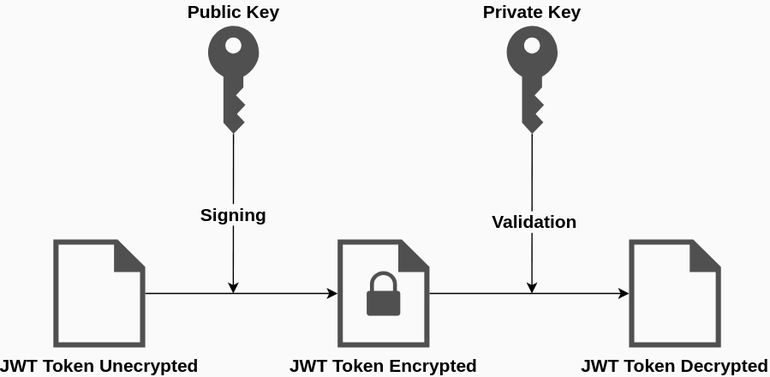
Above: source/_posts/jwt-authentication-with-asymmetric-encryption-in-asp-dotnet-core/asymmetric-key.svg in StefanescuEduard/stefanescueduard.github.io (draw.io), before the change. Source tidied: cells renumbered, new cells last; positions are measured from the earlier drawing's top-left corner, leaving out a move shared by most shapes. Its diagram source:
```xml
<mxGraphModel background="#FAFAFA">
  <root>
    <mxCell id="0" />
    <mxCell id="1" parent="0" />
    <mxCell id="2" value="&lt;font style=&quot;font-size: 15px&quot;&gt;&lt;b&gt;Signing&lt;/b&gt;&lt;/font&gt;" style="rounded=0;jettySize=auto;html=1;labelBackgroundColor=#fafafa;" parent="1" edge="1" source="5">
      <mxGeometry relative="1" as="geometry">
        <mxPoint x="150" y="223" as="targetPoint" />
      </mxGeometry>
    </mxCell>
    <mxCell id="3" style="edgeStyle=none;rounded=0;jettySize=auto;html=1;" parent="1" edge="1" source="12">
      <mxGeometry relative="1" as="geometry">
        <mxPoint x="399" y="223" as="targetPoint" />
      </mxGeometry>
    </mxCell>
    <mxCell id="4" value="&lt;font style=&quot;font-size: 15px&quot;&gt;&lt;b&gt;Validation&lt;/b&gt;&lt;/font&gt;" style="text;html=1;align=center;verticalAlign=middle;labelBackgroundColor=#fafafa;" parent="3" vertex="1">
      <mxGeometry x="0.21" y="1" relative="1" as="geometry">
        <mxPoint y="-8.8" as="offset" />
      </mxGeometry>
    </mxCell>
    <mxCell id="5" value="&lt;span style=&quot;font-size: 15px&quot;&gt;&lt;b&gt;Public Key&lt;br&gt;&lt;/b&gt;&lt;/span&gt;" style="shadow=0;dashed=0;html=1;strokeColor=none;fillColor=#505050;labelPosition=center;verticalLabelPosition=top;verticalAlign=bottom;outlineConnect=0;align=center;shape=mxgraph.office.security.key_permissions;horizontal=1;" parent="1" vertex="1">
      <mxGeometry x="129" width="42.5" height="90" as="geometry" />
    </mxCell>
    <mxCell id="6" style="edgeStyle=none;rounded=0;jettySize=auto;html=1;" parent="1" edge="1" source="7" target="9">
      <mxGeometry relative="1" as="geometry" />
    </mxCell>
    <mxCell id="7" value="&lt;span style=&quot;font-size: 15px&quot;&gt;&lt;b&gt;JWT Token Unecrypted&lt;/b&gt;&lt;/span&gt;" style="shadow=0;dashed=0;html=1;strokeColor=none;fillColor=#505050;labelPosition=center;verticalLabelPosition=bottom;verticalAlign=top;outlineConnect=0;align=center;shape=mxgraph.office.concepts.document_blank;" parent="1" vertex="1">
      <mxGeometry y="178" width="76.6" height="90" as="geometry" />
    </mxCell>
    <mxCell id="8" style="edgeStyle=none;rounded=0;jettySize=auto;html=1;" parent="1" edge="1" source="9" target="10">
      <mxGeometry relative="1" as="geometry" />
    </mxCell>
    <mxCell id="9" value="&lt;span style=&quot;font-size: 15px&quot;&gt;&lt;b&gt;JWT Token Encrypted&lt;/b&gt;&lt;/span&gt;" style="shadow=0;dashed=0;html=1;strokeColor=none;fillColor=#505050;labelPosition=center;verticalLabelPosition=bottom;verticalAlign=top;outlineConnect=0;align=center;shape=mxgraph.office.concepts.document_blank;" parent="1" vertex="1">
      <mxGeometry x="237" y="178" width="76.6" height="90" as="geometry" />
    </mxCell>
    <mxCell id="10" value="&lt;b&gt;&lt;font style=&quot;font-size: 15px&quot;&gt;JWT Token Decrypted&lt;/font&gt;&lt;/b&gt;" style="shadow=0;dashed=0;html=1;strokeColor=none;fillColor=#505050;labelPosition=center;verticalLabelPosition=bottom;verticalAlign=top;outlineConnect=0;align=center;shape=mxgraph.office.concepts.document_blank;" parent="1" vertex="1">
      <mxGeometry x="480" y="178" width="76.6" height="90" as="geometry" />
    </mxCell>
    <mxCell id="11" style="shadow=0;dashed=0;html=1;strokeColor=none;fillColor=#505050;labelPosition=center;verticalLabelPosition=bottom;verticalAlign=top;align=center;shape=mxgraph.office.security.lock_protected;" parent="1" vertex="1">
      <mxGeometry x="261.2" y="204.5" width="28" height="37" as="geometry" />
    </mxCell>
    <mxCell id="12" value="&lt;span style=&quot;font-size: 15px&quot;&gt;&lt;b&gt;Private Key&lt;br&gt;&lt;/b&gt;&lt;/span&gt;" style="shadow=0;dashed=0;html=1;strokeColor=none;fillColor=#505050;labelPosition=center;verticalLabelPosition=top;verticalAlign=bottom;outlineConnect=0;align=center;shape=mxgraph.office.security.key_permissions;horizontal=1;" parent="1" vertex="1">
      <mxGeometry x="378" width="42.5" height="90" as="geometry" />
    </mxCell>
  </root>
</mxGraphModel>
```
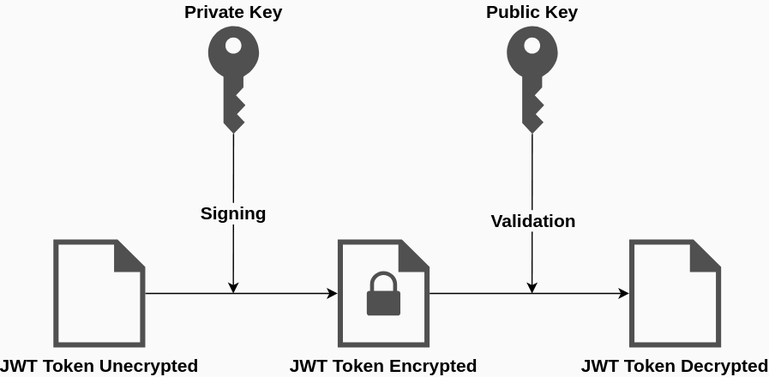
The same diagram one commit later.

Commit message:
Update jwt-authentication-with-asymmetric-encryption-in-asp-dotnet-core

Update asymmetric signing-validation concept

Change to the diagram source:
```diff
@@ -17,7 +17,7 @@
         <mxPoint y="-8.8" as="offset" />
       </mxGeometry>
     </mxCell>
-    <mxCell id="5" value="&lt;span style=&quot;font-size: 15px&quot;&gt;&lt;b&gt;Public Key&lt;br&gt;&lt;/b&gt;&lt;/span&gt;" style="shadow=0;dashed=0;html=1;strokeColor=none;fillColor=#505050;labelPosition=center;verticalLabelPosition=top;verticalAlign=bottom;outlineConnect=0;align=center;shape=mxgraph.office.security.key_permissions;horizontal=1;" parent="1" vertex="1">
+    <mxCell id="5" value="&lt;span style=&quot;font-size: 15px&quot;&gt;&lt;b&gt;Private Key&lt;br&gt;&lt;/b&gt;&lt;/span&gt;" style="shadow=0;dashed=0;html=1;strokeColor=none;fillColor=#505050;labelPosition=center;verticalLabelPosition=top;verticalAlign=bottom;outlineConnect=0;align=center;shape=mxgraph.office.security.key_permissions;horizontal=1;" parent="1" vertex="1">
       <mxGeometry x="129" width="42.5" height="90" as="geometry" />
     </mxCell>
     <mxCell id="6" style="edgeStyle=none;rounded=0;jettySize=auto;html=1;" parent="1" edge="1" source="7" target="9">
@@ -38,7 +38,7 @@
     <mxCell id="11" style="shadow=0;dashed=0;html=1;strokeColor=none;fillColor=#505050;labelPosition=center;verticalLabelPosition=bottom;verticalAlign=top;align=center;shape=mxgraph.office.security.lock_protected;" parent="1" vertex="1">
       <mxGeometry x="261.2" y="204.5" width="28" height="37" as="geometry" />
     </mxCell>
-    <mxCell id="12" value="&lt;span style=&quot;font-size: 15px&quot;&gt;&lt;b&gt;Private Key&lt;br&gt;&lt;/b&gt;&lt;/span&gt;" style="shadow=0;dashed=0;html=1;strokeColor=none;fillColor=#505050;labelPosition=center;verticalLabelPosition=top;verticalAlign=bottom;outlineConnect=0;align=center;shape=mxgraph.office.security.key_permissions;horizontal=1;" parent="1" vertex="1">
+    <mxCell id="12" value="&lt;span style=&quot;font-size: 15px&quot;&gt;&lt;b&gt;Public Key&lt;br&gt;&lt;/b&gt;&lt;/span&gt;" style="shadow=0;dashed=0;html=1;strokeColor=none;fillColor=#505050;labelPosition=center;verticalLabelPosition=top;verticalAlign=bottom;outlineConnect=0;align=center;shape=mxgraph.office.security.key_permissions;horizontal=1;" parent="1" vertex="1">
       <mxGeometry x="378" width="42.5" height="90" as="geometry" />
     </mxCell>
   </root>
```
